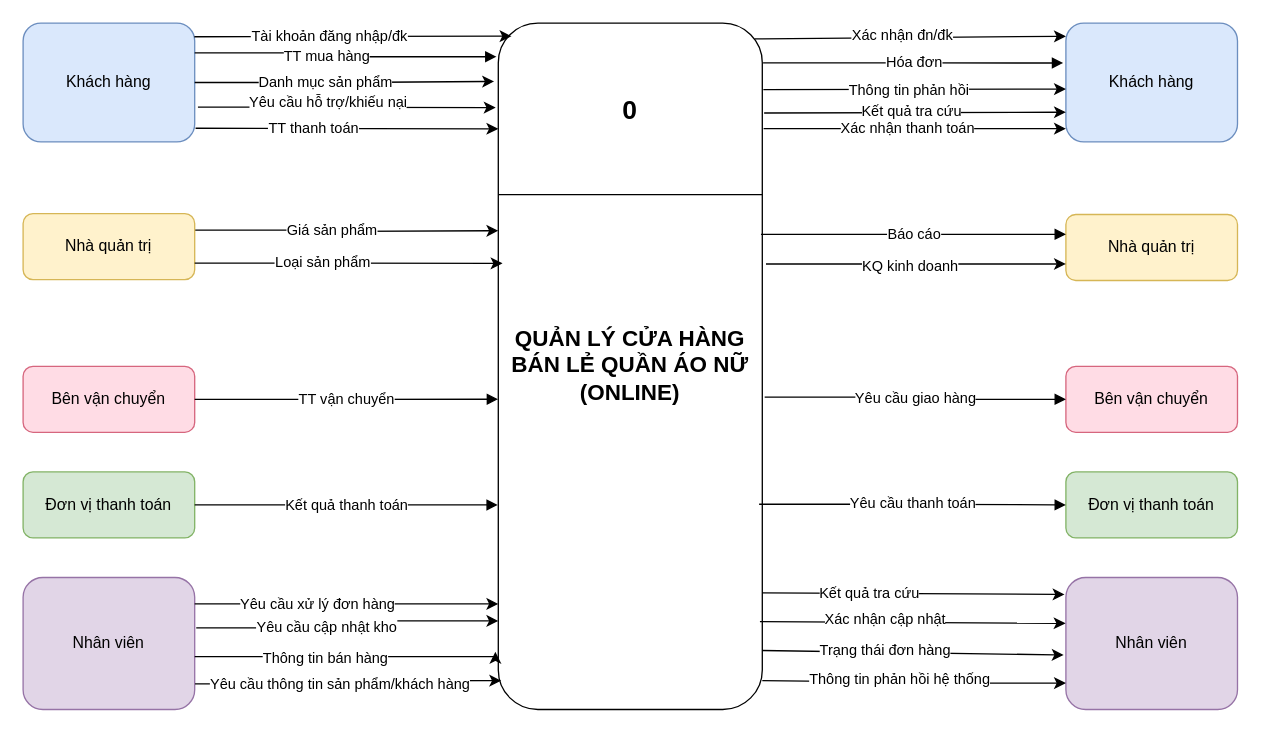
Vulien/Diagram keeps this draw.io diagram as page "DFD mức ngữ cảnh" (1 of 3) of Biểu đồ không có tiêu đề.drawio. Above is the earlier version. Source tidied: cells renumbered, new cells numbered last; positions are measured from the earlier drawing's top-left corner, leaving out a move shared by most shapes. Both pictures are drawn from the tidied source at 132%, with x=0, y=0 at pixel (22, 22).
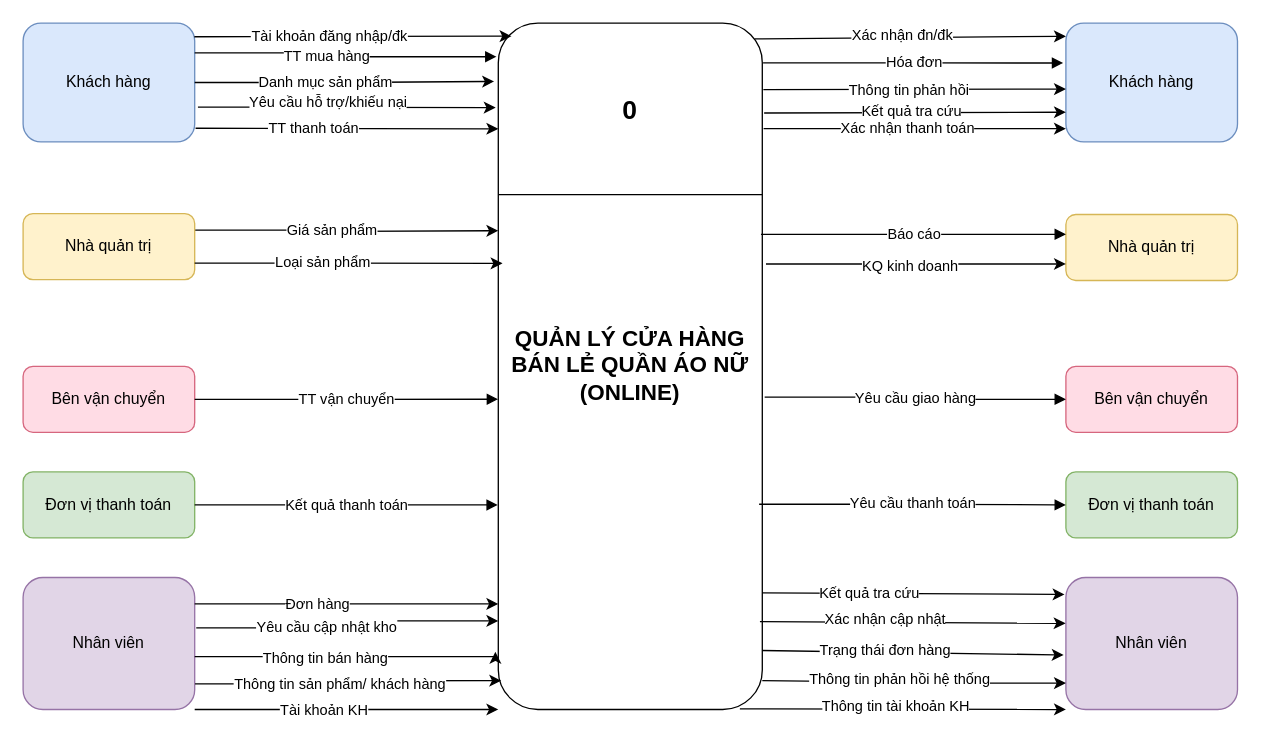
The same page after the edit.

The change refers to these unchanged cells:
```xml
<mxCell id="2" value="&lt;font style=&quot;font-size: 17px;&quot;&gt;QUẢN LÝ CỬA HÀNG BÁN LẺ QUẦN ÁO NỮ (ONLINE)&lt;/font&gt;" style="shape=rectangle;rounded=1;whiteSpace=wrap;html=1;align=center;verticalAlign=middle;fontSize=14;fontStyle=1;strokeColor=#000000;fillColor=#ffffff;" parent="1" vertex="1">
  <mxGeometry x="360" width="200" height="520" as="geometry" />
</mxCell>
<mxCell id="22" value="Nhân viên" style="shape=rectangle;rounded=1;whiteSpace=wrap;html=1;fillColor=#e1d5e7;strokeColor=#9673a6;fontSize=12;align=center;" parent="1" vertex="1">
  <mxGeometry y="420" width="130" height="100" as="geometry" />
</mxCell>
<mxCell id="23" value="Nhân viên" style="shape=rectangle;rounded=1;whiteSpace=wrap;html=1;fillColor=#e1d5e7;strokeColor=#9673a6;fontSize=12;align=center;" parent="1" vertex="1">
  <mxGeometry x="790" y="420" width="130" height="100" as="geometry" />
</mxCell>
<mxCell id="35" style="edgeStyle=orthogonalEdgeStyle;rounded=0;jettySize=auto;html=1;entryX=0.011;entryY=0.958;entryDx=0;entryDy=0;entryPerimeter=0;exitX=1.002;exitY=0.806;exitDx=0;exitDy=0;exitPerimeter=0;" parent="1" edge="1" source="22" target="2">
  <mxGeometry relative="1" as="geometry" />
</mxCell>
<mxCell id="39" style="edgeStyle=orthogonalEdgeStyle;rounded=0;orthogonalLoop=1;jettySize=auto;html=1;" parent="1" edge="1">
  <mxGeometry relative="1" as="geometry">
    <mxPoint x="130" y="440" as="sourcePoint" />
    <mxPoint x="360" y="440" as="targetPoint" />
    <Array as="points">
      <mxPoint x="130" y="440" />
      <mxPoint x="357" y="440" />
    </Array>
  </mxGeometry>
</mxCell>
```

Diff of the diagram source:
```diff
@@
-    <mxCell id="36" value="Yêu cầu thông tin sản phẩm/khách hàng" style="edgeLabel;html=1;align=center;verticalAlign=middle;" parent="35" vertex="1">
+    <mxCell id="36" value="Thông tin sản phẩm/ khách hàng" style="edgeLabel;html=1;align=center;verticalAlign=middle;" parent="35" vertex="1">
       <mxGeometry x="-0.22" relative="1" as="geometry">
         <mxPoint x="18" as="offset" />
       </mxGeometry>
     </mxCell>
@@
-    <mxCell id="40" value="Yêu cầu xử lý đơn hàng" style="edgeLabel;html=1;align=center;verticalAlign=middle;" parent="39" vertex="1">
+    <mxCell id="40" value="Đơn hàng" style="edgeLabel;html=1;align=center;verticalAlign=middle;" parent="39" vertex="1">
       <mxGeometry x="-0.2" y="1" relative="1" as="geometry" />
     </mxCell>
@@
+    <mxCell id="61" style="endArrow=classic;html=1;rounded=0;exitX=1;exitY=1;exitDx=0;exitDy=0;entryX=0;entryY=1;entryDx=0;entryDy=0;" parent="1" edge="1" source="22" target="2">
+      <mxGeometry relative="1" as="geometry" />
+    </mxCell>
+    <mxCell id="62" value="Tài khoản KH" style="edgeLabel;html=1;align=center;verticalAlign=middle;" parent="61" vertex="1">
+      <mxGeometry x="-0.16" relative="1" as="geometry" />
+    </mxCell>
+    <mxCell id="63" style="endArrow=classic;html=1;rounded=0;exitX=0.915;exitY=0.999;exitDx=0;exitDy=0;entryX=0;entryY=1;entryDx=0;entryDy=0;exitPerimeter=0;" parent="1" edge="1" source="2" target="23">
+      <mxGeometry relative="1" as="geometry" />
+    </mxCell>
+    <mxCell id="64" value="Thông tin tài khoản KH" style="edgeLabel;html=1;align=center;verticalAlign=middle;" parent="63" vertex="1">
+      <mxGeometry x="-0.18" y="2" relative="1" as="geometry">
+        <mxPoint x="16" as="offset" />
+      </mxGeometry>
+    </mxCell>
```
